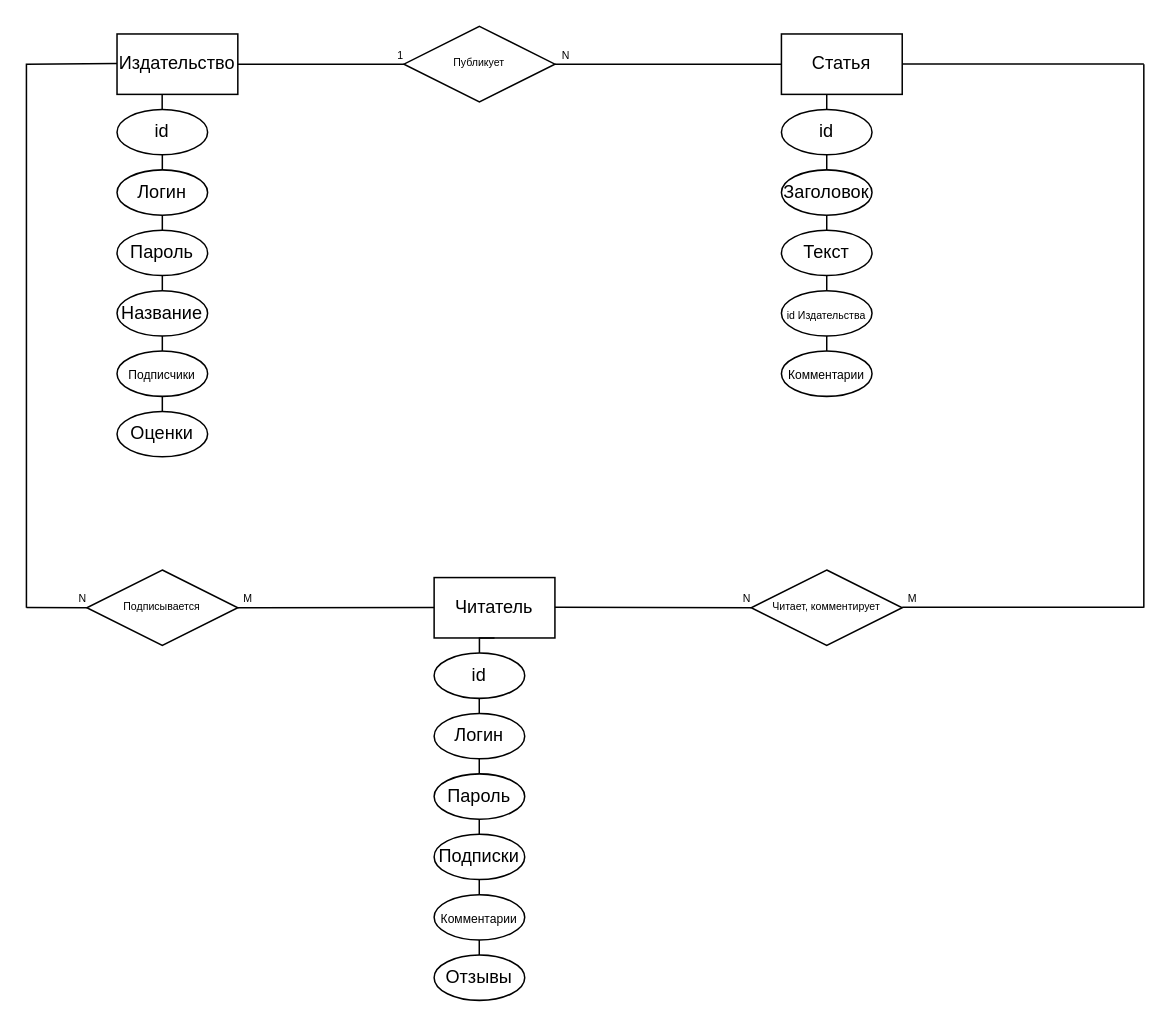
Above: Диаграмма без названия.drawio in r0mpll/DataBase (draw.io), before the change. Source tidied: cells renumbered, new cells numbered last; positions are measured from the earlier drawing's top-left corner, leaving out a move shared by most shapes. Both pictures are drawn from the tidied source at 151%, with x=0, y=0 at pixel (26, 26).
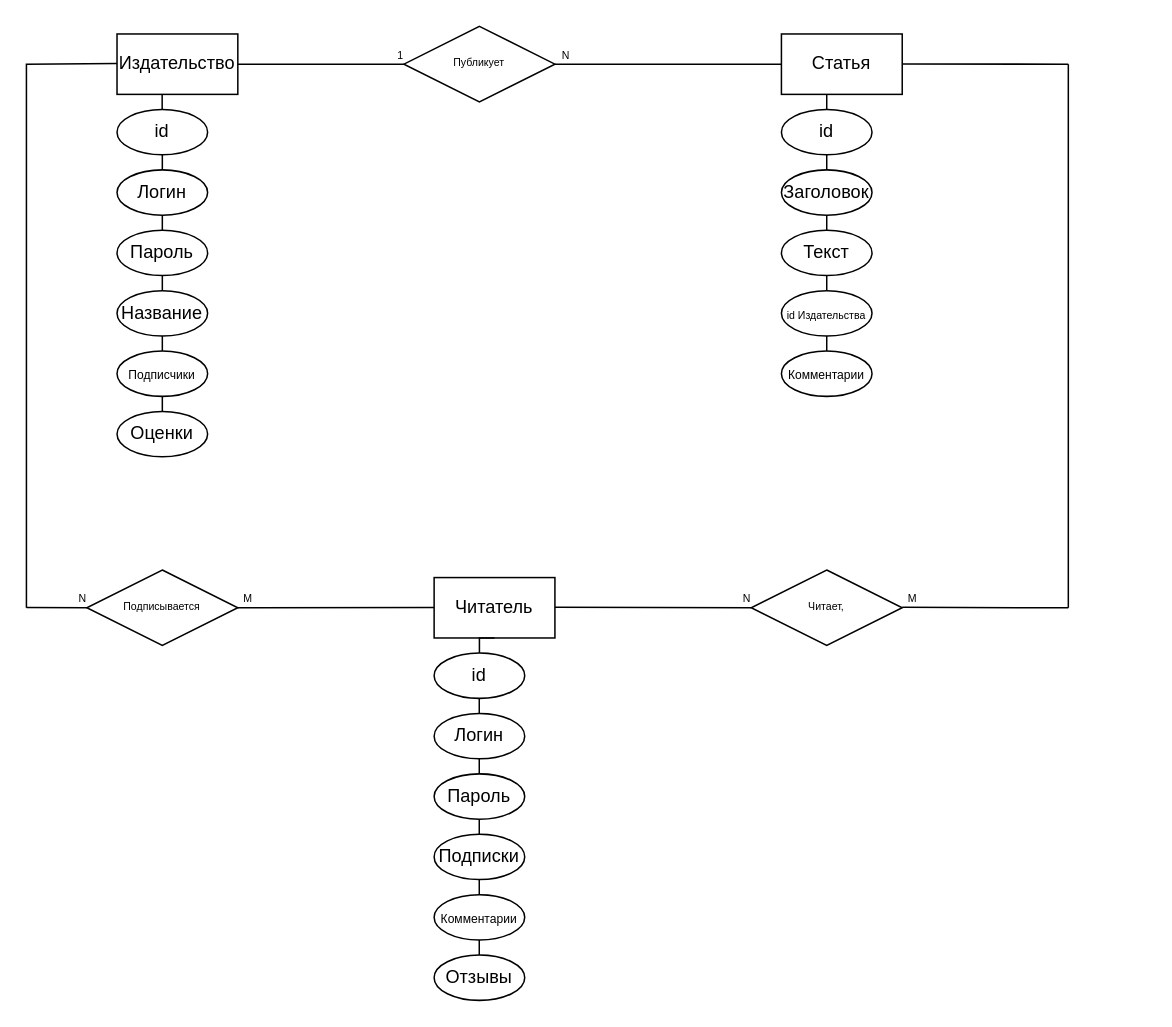
Above is the later version.

Diff of the diagram source:
```diff
@@
-    <mxCell id="50" value="Читает, комментирует" style="shape=rhombus;perimeter=rhombusPerimeter;whiteSpace=wrap;html=1;align=center;fontSize=7;" parent="1" vertex="1">
+    <mxCell id="50" value="Читает," style="shape=rhombus;perimeter=rhombusPerimeter;whiteSpace=wrap;html=1;align=center;fontSize=7;" parent="1" vertex="1">
       <mxGeometry x="480" y="360" width="100" height="50" as="geometry" />
     </mxCell>
@@
     <mxCell id="53" style="endArrow=none;html=1;rounded=0;fontSize=7;" parent="1" edge="1">
       <mxGeometry relative="1" as="geometry">
         <mxPoint x="580" y="24.9" as="sourcePoint" />
-        <mxPoint x="740" y="24.9" as="targetPoint" />
+        <mxPoint x="690" y="25" as="targetPoint" />
       </mxGeometry>
     </mxCell>
     <mxCell id="54" style="endArrow=none;html=1;rounded=0;fontSize=7;" parent="1" edge="1">
       <mxGeometry relative="1" as="geometry">
         <mxPoint x="580" y="384.7" as="sourcePoint" />
-        <mxPoint x="740" y="384.7" as="targetPoint" />
+        <mxPoint x="690" y="385" as="targetPoint" />
       </mxGeometry>
     </mxCell>
     <mxCell id="55" value="M" style="html=1;align=right;verticalAlign=bottom;fontSize=7;" parent="54" vertex="1">
       <mxGeometry x="1" relative="1" as="geometry">
-        <mxPoint x="-150" as="offset" />
+        <mxPoint x="-100" as="offset" />
       </mxGeometry>
     </mxCell>
     <mxCell id="56" style="endArrow=none;html=1;rounded=0;fontSize=7;" parent="1" edge="1">
       <mxGeometry relative="1" as="geometry">
-        <mxPoint x="740" y="25" as="sourcePoint" />
-        <mxPoint x="740" y="385" as="targetPoint" />
+        <mxPoint x="690" y="25" as="sourcePoint" />
+        <mxPoint x="690" y="385" as="targetPoint" />
       </mxGeometry>
     </mxCell>
```
